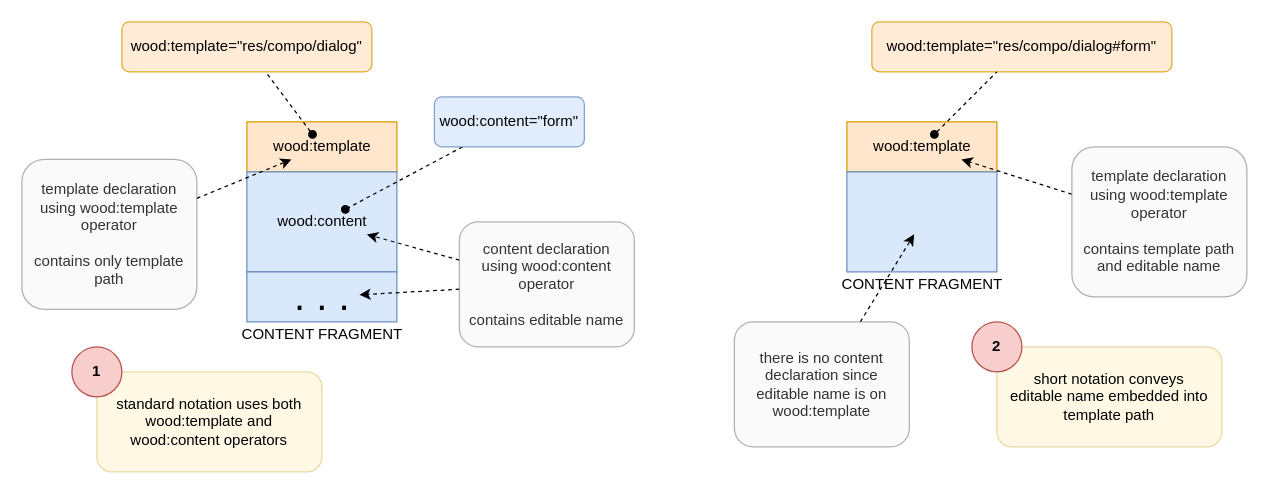
The draw.io diagram page "Content Fragment" (9 of 11) of doc/model/template.drawio in js-lib-com/wood, before the edit. Source tidied: cells renumbered, new cells numbered last; positions are measured from the earlier drawing's top-left corner, leaving out a move shared by most shapes. Both pictures are drawn from the tidied source at 125%, with x=0, y=0 at pixel (21, 21).
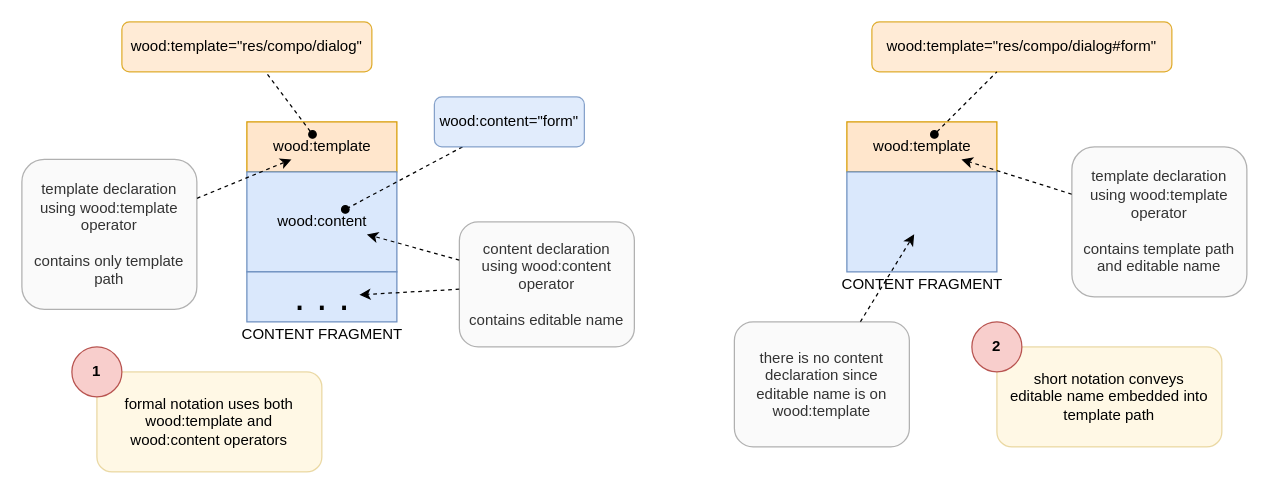
After the change.

Commit message (it also covers changes not shown here):
Fix content fragment root attributes merging for standalone template.

Change to the diagram source:
```diff
@@
-    <mxCell id="29" value="standard notation uses both wood:template and wood:content operators" style="rounded=1;whiteSpace=wrap;html=1;fillColor=#fff2cc;strokeColor=#d6b656;opacity=50;spacingLeft=8;spacingRight=8;" parent="1" vertex="1">
+    <mxCell id="29" value="formal notation uses both wood:template and wood:content operators" style="rounded=1;whiteSpace=wrap;html=1;fillColor=#fff2cc;strokeColor=#d6b656;opacity=50;spacingLeft=8;spacingRight=8;" parent="1" vertex="1">
       <mxGeometry x="60" y="280" width="180" height="80" as="geometry" />
     </mxCell>
```
